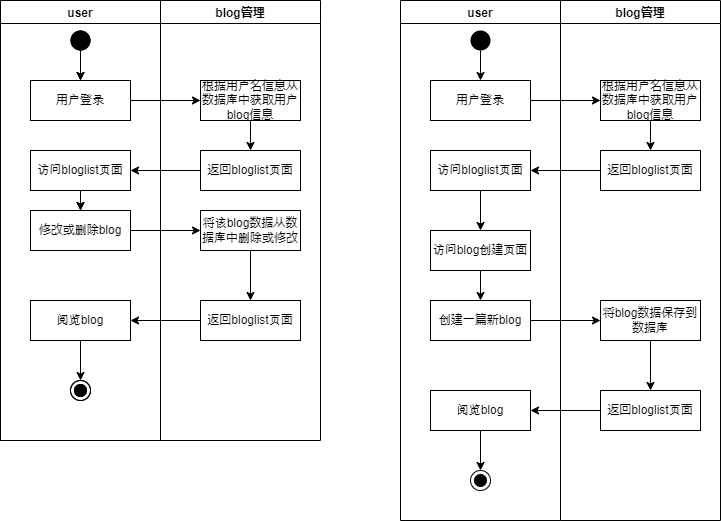
Before: graph/blog.png, a diagram exported from draw.io (shitsumazyo/TestWeb). Source tidied: cells renumbered, new cells last; positions are measured from the earlier drawing's top-left corner, leaving out a move shared by most shapes.
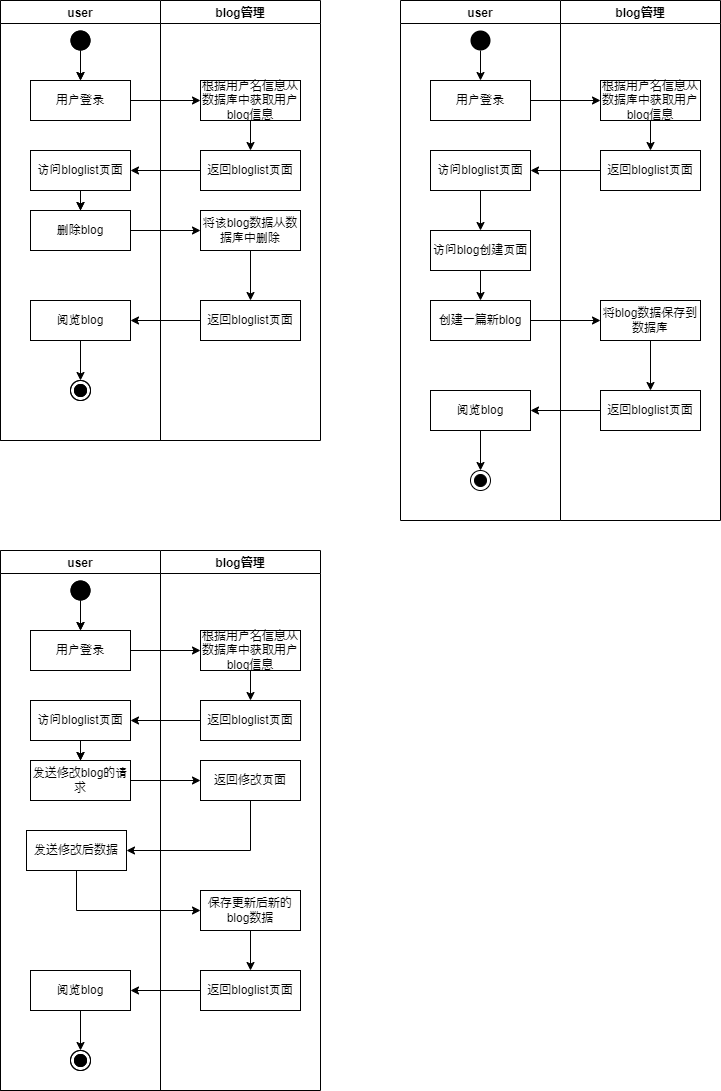
The same file after the commit.

What changed in the source:
```diff
@@ -110,7 +110,7 @@
         <mxPoint x="80" y="80" as="targetPoint" />
       </mxGeometry>
     </mxCell>
-    <mxCell id="36" value="修改或删除blog" style="rounded=0;whiteSpace=wrap;html=1;" parent="31" vertex="1">
+    <mxCell id="36" value="删除blog" style="rounded=0;whiteSpace=wrap;html=1;" parent="31" vertex="1">
       <mxGeometry x="30" y="210" width="100" height="40" as="geometry" />
     </mxCell>
     <mxCell id="37" value="阅览blog" style="rounded=0;whiteSpace=wrap;html=1;" parent="31" vertex="1">
@@ -125,7 +125,7 @@
     <mxCell id="40" value="blog管理" style="swimlane;startSize=23;gradientColor=none;rounded=0;" parent="1" vertex="1">
       <mxGeometry x="160" width="160" height="440" as="geometry" />
     </mxCell>
-    <mxCell id="41" value="将该blog数据从数据库中删除或修改" style="rounded=0;whiteSpace=wrap;html=1;" parent="40" vertex="1">
+    <mxCell id="41" value="将该blog数据从数据库中删除" style="rounded=0;whiteSpace=wrap;html=1;" parent="40" vertex="1">
       <mxGeometry x="40" y="210" width="100" height="40" as="geometry" />
     </mxCell>
     <mxCell id="42" value="返回bloglist页面" style="rounded=0;whiteSpace=wrap;html=1;" parent="40" vertex="1">
@@ -170,5 +170,123 @@
     <mxCell id="53" style="endArrow=classic;html=1;rounded=0;fontSize=17;exitX=0;exitY=0.5;exitDx=0;exitDy=0;entryX=1;entryY=0.5;entryDx=0;entryDy=0;" parent="1" edge="1" source="19" target="11">
       <mxGeometry relative="1" as="geometry" />
     </mxCell>
+    <mxCell id="54" value="user" style="swimlane;startSize=23;" parent="1" vertex="1">
+      <mxGeometry y="550" width="160" height="540" as="geometry" />
+    </mxCell>
+    <mxCell id="55" style="edgeStyle=orthogonalEdgeStyle;rounded=0;jettySize=auto;html=1;" parent="54" edge="1" source="56" target="59">
+      <mxGeometry relative="1" as="geometry" />
+    </mxCell>
+    <mxCell id="56" value="访问blog发布页面" style="rounded=0;whiteSpace=wrap;html=1;" parent="54" vertex="1">
+      <mxGeometry x="30" y="150" width="100" height="40" as="geometry" />
+    </mxCell>
+    <mxCell id="57" style="ellipse;fillColor=#000000;strokeColor=none;" parent="54" vertex="1">
+      <mxGeometry x="70" y="30" width="20" height="20" as="geometry" />
+    </mxCell>
+    <mxCell id="58" style="endArrow=classic;html=1;rounded=0;exitX=0.5;exitY=1;exitDx=0;exitDy=0;" parent="54" edge="1" source="57">
+      <mxGeometry relative="1" as="geometry">
+        <mxPoint x="80" y="80" as="targetPoint" />
+      </mxGeometry>
+    </mxCell>
+    <mxCell id="59" value="修改或删除blog" style="rounded=0;whiteSpace=wrap;html=1;" parent="54" vertex="1">
+      <mxGeometry x="30" y="210" width="100" height="40" as="geometry" />
+    </mxCell>
+    <mxCell id="60" value="user" style="swimlane;startSize=23;" parent="54" vertex="1">
+      <mxGeometry width="160" height="540" as="geometry" />
+    </mxCell>
+    <mxCell id="61" style="edgeStyle=orthogonalEdgeStyle;rounded=0;jettySize=auto;html=1;" parent="60" edge="1" source="62" target="65">
+      <mxGeometry relative="1" as="geometry" />
+    </mxCell>
+    <mxCell id="62" value="访问bloglist页面" style="rounded=0;whiteSpace=wrap;html=1;" parent="60" vertex="1">
+      <mxGeometry x="30" y="150" width="100" height="40" as="geometry" />
+    </mxCell>
+    <mxCell id="63" style="ellipse;fillColor=#000000;strokeColor=none;" parent="60" vertex="1">
+      <mxGeometry x="70" y="30" width="20" height="20" as="geometry" />
+    </mxCell>
+    <mxCell id="64" style="endArrow=classic;html=1;rounded=0;exitX=0.5;exitY=1;exitDx=0;exitDy=0;" parent="60" edge="1" source="63">
+      <mxGeometry relative="1" as="geometry">
+        <mxPoint x="80" y="80" as="targetPoint" />
+      </mxGeometry>
+    </mxCell>
+    <mxCell id="65" value="发送修改blog的请求" style="rounded=0;whiteSpace=wrap;html=1;" parent="60" vertex="1">
+      <mxGeometry x="30" y="210" width="100" height="40" as="geometry" />
+    </mxCell>
+    <mxCell id="66" value="用户登录" style="rounded=0;whiteSpace=wrap;html=1;" parent="60" vertex="1">
+      <mxGeometry x="30" y="80" width="100" height="40" as="geometry" />
+    </mxCell>
+    <mxCell id="67" value="发送修改后数据" style="rounded=0;whiteSpace=wrap;html=1;" parent="60" vertex="1">
+      <mxGeometry x="26" y="280" width="100" height="40" as="geometry" />
+    </mxCell>
+    <mxCell id="68" value="阅览blog" style="rounded=0;whiteSpace=wrap;html=1;" parent="60" vertex="1">
+      <mxGeometry x="30" y="420" width="100" height="40" as="geometry" />
+    </mxCell>
+    <mxCell id="69" style="ellipse;html=1;shape=endState;fillColor=#000000;strokeColor=#000000;rounded=0;shadow=0;glass=0;sketch=0;" parent="60" vertex="1">
+      <mxGeometry x="70" y="500" width="20" height="20" as="geometry" />
+    </mxCell>
+    <mxCell id="70" style="ellipse;html=1;shape=endState;fillColor=#000000;strokeColor=#000000;rounded=0;shadow=0;glass=0;sketch=0;" parent="60" vertex="1">
+      <mxGeometry x="70" y="500" width="20" height="20" as="geometry" />
+    </mxCell>
+    <mxCell id="71" value="阅览blog" style="rounded=0;whiteSpace=wrap;html=1;" parent="60" vertex="1">
+      <mxGeometry x="30" y="420" width="100" height="40" as="geometry" />
+    </mxCell>
+    <mxCell id="72" style="endArrow=classic;html=1;rounded=0;exitX=0.5;exitY=1;exitDx=0;exitDy=0;" parent="60" edge="1" source="68">
+      <mxGeometry relative="1" as="geometry">
+        <mxPoint x="80" y="500" as="targetPoint" />
+      </mxGeometry>
+    </mxCell>
+    <mxCell id="73" value="blog管理" style="swimlane;startSize=23;gradientColor=none;rounded=0;" parent="1" vertex="1">
+      <mxGeometry x="160" y="550" width="160" height="540" as="geometry" />
+    </mxCell>
+    <mxCell id="74" value="返回修改页面" style="rounded=0;whiteSpace=wrap;html=1;" parent="73" vertex="1">
+      <mxGeometry x="40" y="210" width="100" height="40" as="geometry" />
+    </mxCell>
+    <mxCell id="75" value="返回bloglist页面" style="rounded=0;whiteSpace=wrap;html=1;" parent="73" vertex="1">
+      <mxGeometry x="40" y="420" width="100" height="40" as="geometry" />
+    </mxCell>
+    <mxCell id="76" style="endArrow=classic;html=1;rounded=0;exitX=0.5;exitY=1;exitDx=0;exitDy=0;" parent="73" edge="1" source="74">
+      <mxGeometry relative="1" as="geometry">
+        <mxPoint x="-34" y="300" as="targetPoint" />
+        <Array as="points">
+          <mxPoint x="90" y="300" />
+        </Array>
+      </mxGeometry>
+    </mxCell>
+    <mxCell id="77" value="根据用户名信息从数据库中获取用户blog信息" style="rounded=0;whiteSpace=wrap;html=1;" parent="73" vertex="1">
+      <mxGeometry x="40" y="80" width="100" height="40" as="geometry" />
+    </mxCell>
+    <mxCell id="78" value="返回bloglist页面" style="rounded=0;whiteSpace=wrap;html=1;" parent="73" vertex="1">
+      <mxGeometry x="40" y="150" width="100" height="40" as="geometry" />
+    </mxCell>
+    <mxCell id="79" value="保存更新后新的blog数据" style="rounded=0;whiteSpace=wrap;html=1;" parent="73" vertex="1">
+      <mxGeometry x="40" y="340" width="100" height="40" as="geometry" />
+    </mxCell>
+    <mxCell id="80" style="endArrow=classic;html=1;rounded=0;exitX=0.5;exitY=1;exitDx=0;exitDy=0;entryX=0.5;entryY=0;entryDx=0;entryDy=0;" parent="73" edge="1" source="79" target="75">
+      <mxGeometry relative="1" as="geometry" />
+    </mxCell>
+    <mxCell id="81" style="endArrow=classic;html=1;rounded=0;exitX=1;exitY=0.5;exitDx=0;exitDy=0;entryX=0;entryY=0.5;entryDx=0;entryDy=0;" parent="1" edge="1" source="59" target="74">
+      <mxGeometry relative="1" as="geometry" />
+    </mxCell>
+    <mxCell id="82" style="endArrow=classic;html=1;rounded=0;exitX=0;exitY=0.5;exitDx=0;exitDy=0;entryX=1;entryY=0.5;entryDx=0;entryDy=0;" parent="1" edge="1" source="75" target="68">
+      <mxGeometry relative="1" as="geometry" />
+    </mxCell>
+    <mxCell id="83" style="endArrow=classic;html=1;rounded=0;fontSize=17;exitX=1;exitY=0.5;exitDx=0;exitDy=0;" parent="1" edge="1" source="66">
+      <mxGeometry relative="1" as="geometry">
+        <mxPoint x="200" y="650" as="targetPoint" />
+      </mxGeometry>
+    </mxCell>
+    <mxCell id="84" style="endArrow=classic;html=1;rounded=0;fontSize=17;exitX=0.5;exitY=1;exitDx=0;exitDy=0;" parent="1" edge="1" source="77">
+      <mxGeometry relative="1" as="geometry">
+        <mxPoint x="250" y="700" as="targetPoint" />
+      </mxGeometry>
+    </mxCell>
+    <mxCell id="85" style="endArrow=classic;html=1;rounded=0;fontSize=17;exitX=0;exitY=0.5;exitDx=0;exitDy=0;entryX=1;entryY=0.5;entryDx=0;entryDy=0;" parent="1" edge="1" source="78" target="62">
+      <mxGeometry relative="1" as="geometry" />
+    </mxCell>
+    <mxCell id="86" style="endArrow=classic;html=1;rounded=0;exitX=0.5;exitY=1;exitDx=0;exitDy=0;entryX=0;entryY=0.5;entryDx=0;entryDy=0;" parent="1" edge="1" source="67" target="79">
+      <mxGeometry relative="1" as="geometry">
+        <Array as="points">
+          <mxPoint x="76" y="910" />
+        </Array>
+      </mxGeometry>
+    </mxCell>
   </root>
 </mxGraphModel>
```
